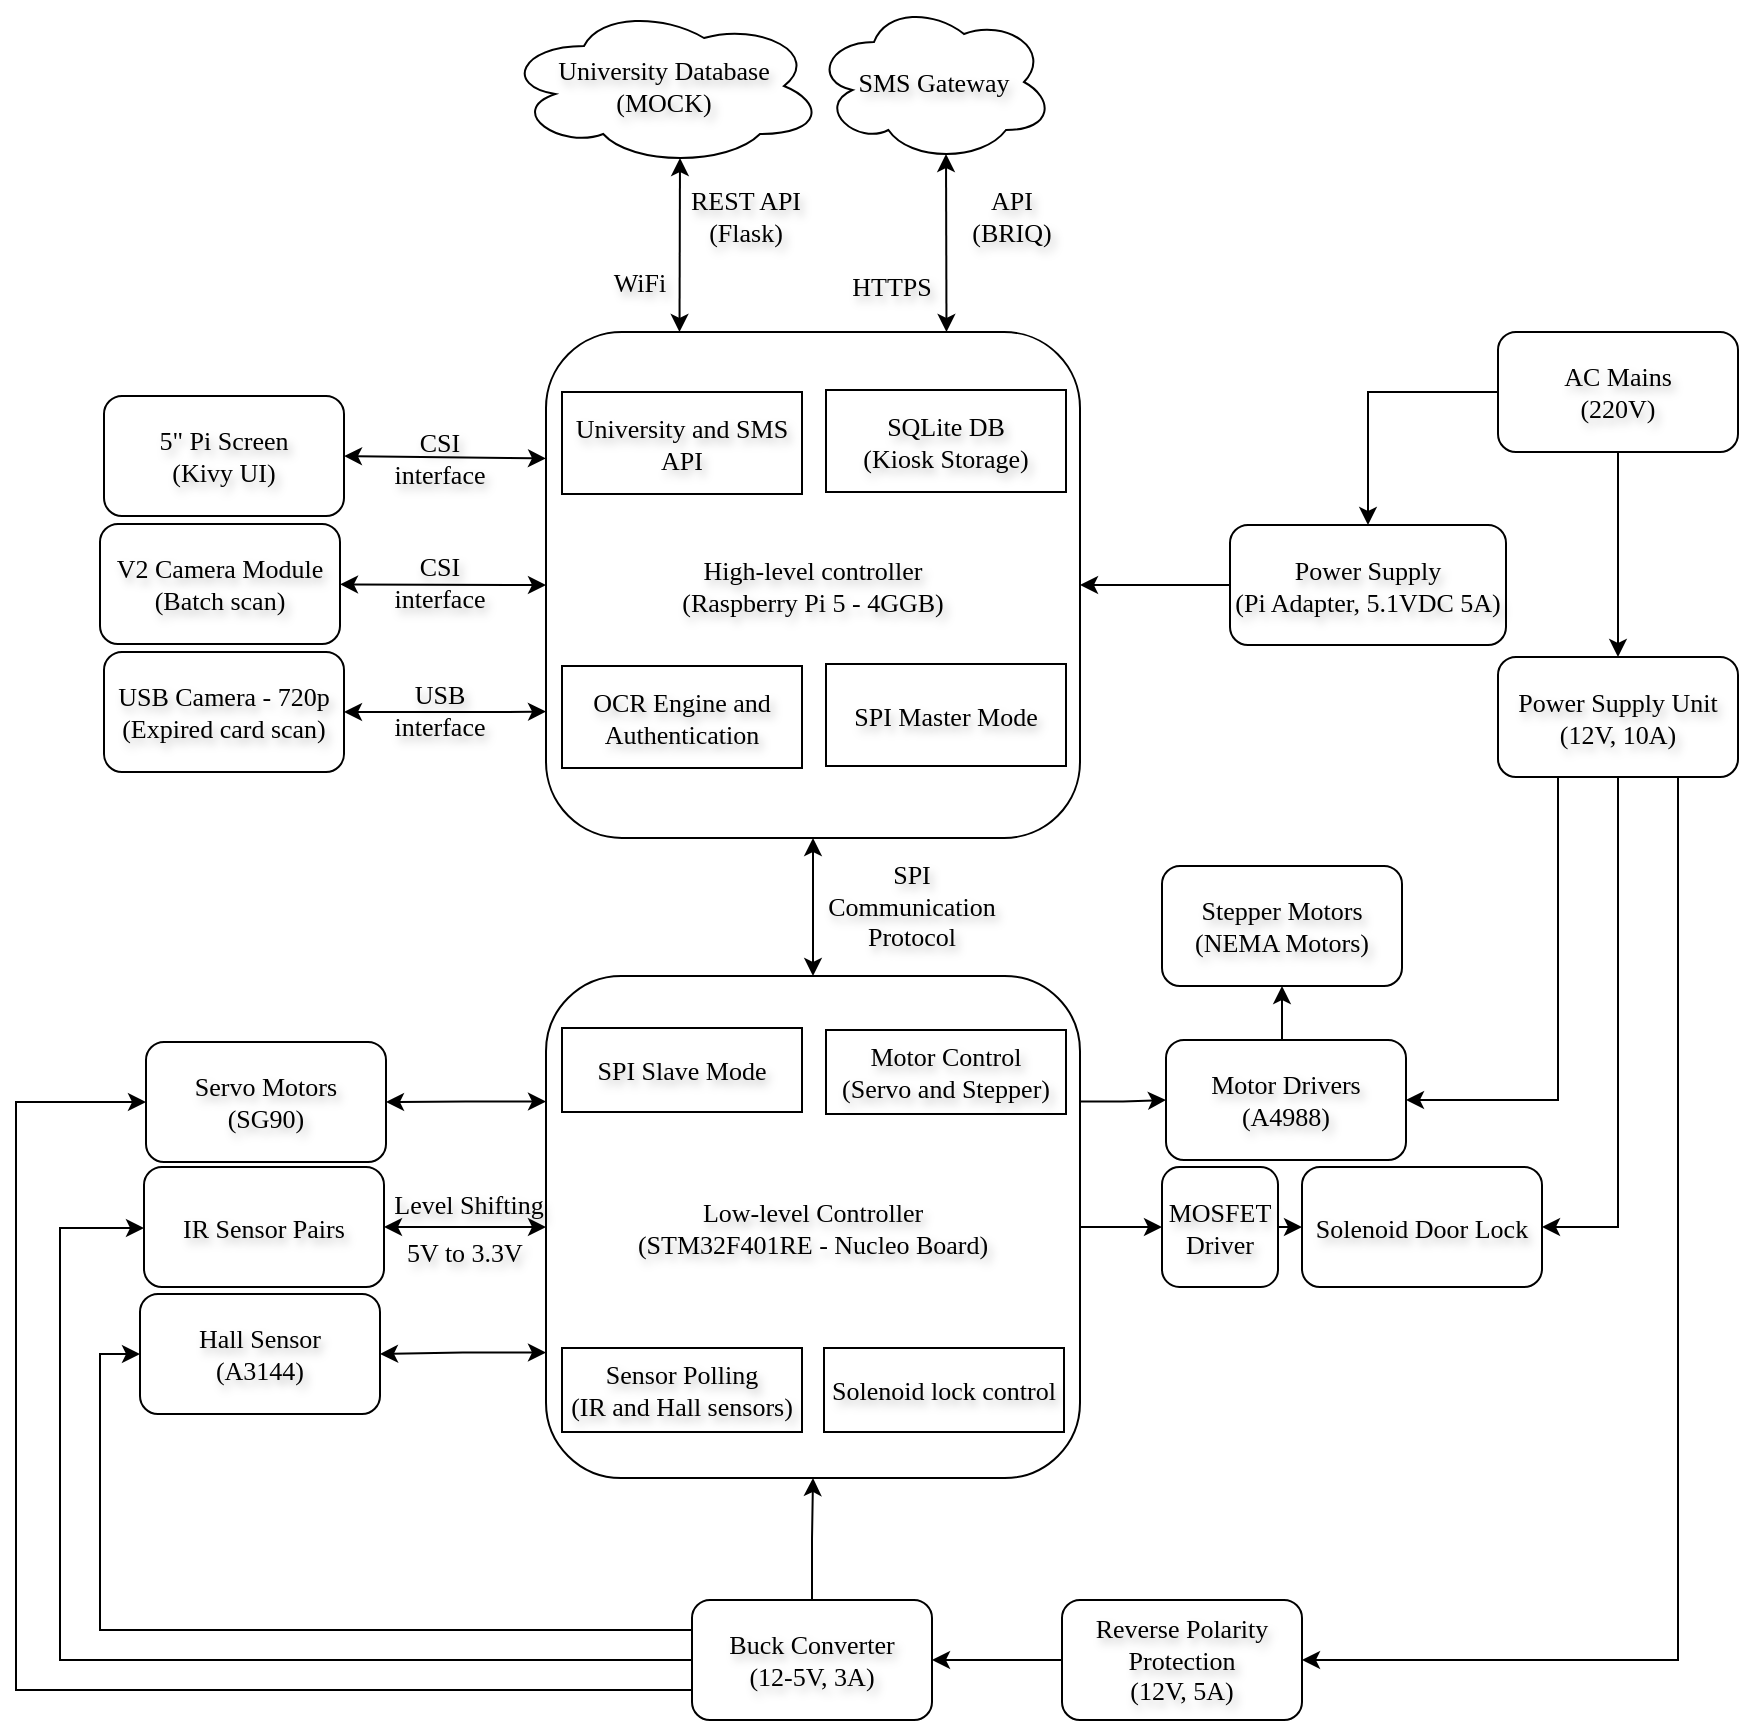
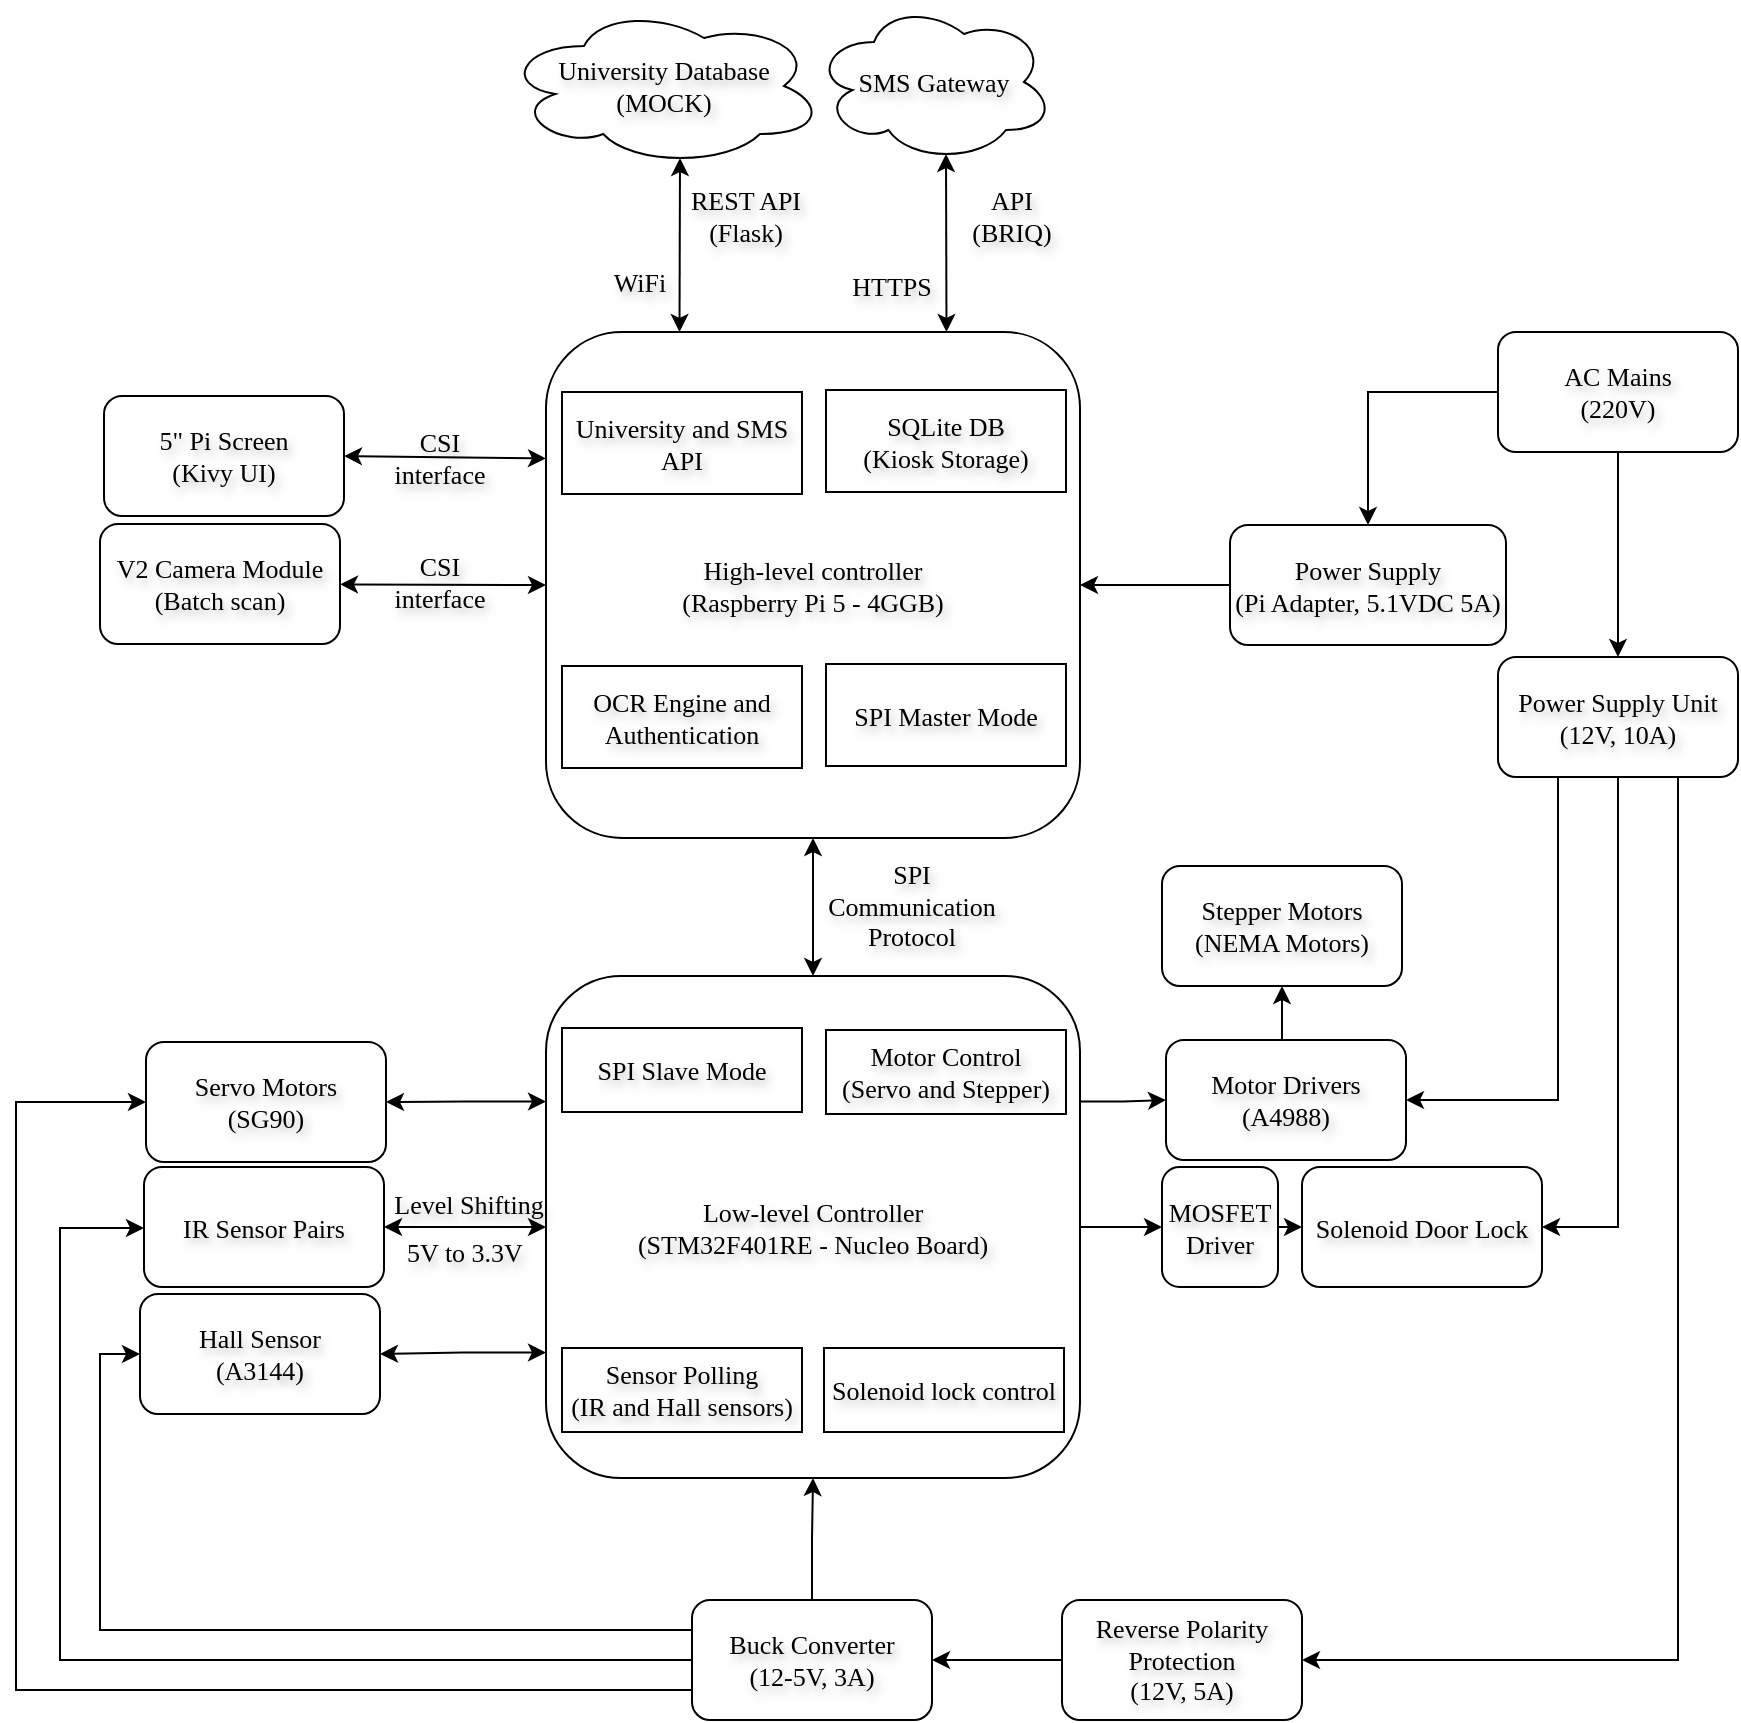
- <mxfile host="Electron" agent="Mozilla/5.0 (X11; Ubuntu; Linux x86_64; rv:149.0) Gecko/20100101 Firefox/149.0">
+ <mxfile host="app.diagrams.net" agent="Mozilla/5.0 (X11; Ubuntu; Linux x86_64; rv:149.0) Gecko/20100101 Firefox/149.0">
  <diagram name="Page-1" id="mYuc8prQHcMQJXzWvvm3">
-     <mxGraphModel dx="1084" dy="1486" grid="1" gridSize="1" guides="1" tooltips="1" connect="1" arrows="1" fold="1" page="1" pageScale="1" pageWidth="1169" pageHeight="827" math="0" shadow="0">
+     <mxGraphModel dx="1511" dy="1710" grid="1" gridSize="1" guides="1" tooltips="1" connect="1" arrows="1" fold="1" page="1" pageScale="1" pageWidth="1169" pageHeight="827" math="0" shadow="0">
      <root>
        <mxCell id="0" />
        <mxCell id="1" parent="0" />
        <mxCell id="GvGBzjtlAZ09NPVF7C73-2" parent="1" style="whiteSpace=wrap;html=1;rounded=1;align=center;fontFamily=Times New Roman;fontStyle=0;fontSize=13;labelBackgroundColor=none;textShadow=1;" value="&lt;div align=&quot;center&quot;&gt;High-level controller&lt;br&gt;&lt;div&gt;(Raspberry Pi 5 - 4GGB)&lt;/div&gt;&lt;/div&gt;" vertex="1">
          <mxGeometry height="253" width="267" x="406.99999999999994" y="-406" as="geometry" />
        </mxCell>
        <mxCell id="GvGBzjtlAZ09NPVF7C73-4" parent="1" style="ellipse;shape=cloud;whiteSpace=wrap;html=1;fontFamily=Times New Roman;fontStyle=0;fontSize=13;labelBackgroundColor=none;textShadow=1;" value="University Database&lt;br&gt;(MOCK)" vertex="1">
          <mxGeometry height="80" width="160" x="385.99999999999994" y="-569" as="geometry" />
        </mxCell>
        <mxCell id="GvGBzjtlAZ09NPVF7C73-6" parent="1" style="text;html=1;whiteSpace=wrap;strokeColor=none;fillColor=none;align=center;verticalAlign=middle;rounded=0;fontFamily=Times New Roman;fontStyle=0;fontSize=13;labelBackgroundColor=none;textShadow=1;" value="&lt;div&gt;REST API&lt;/div&gt;&lt;div&gt;(Flask)&lt;/div&gt;" vertex="1">
          <mxGeometry height="30" width="60" x="476.99999999999994" y="-479" as="geometry" />
        </mxCell>
        <mxCell id="GvGBzjtlAZ09NPVF7C73-7" parent="1" style="text;html=1;whiteSpace=wrap;strokeColor=none;fillColor=none;align=center;verticalAlign=middle;rounded=0;fontFamily=Times New Roman;fontStyle=0;fontSize=13;labelBackgroundColor=none;textShadow=1;" value="&lt;div&gt;WiFi&lt;/div&gt;" vertex="1">
          <mxGeometry height="30" width="60" x="423.99999999999994" y="-446" as="geometry" />
        </mxCell>
        <mxCell id="GvGBzjtlAZ09NPVF7C73-8" parent="1" style="rounded=1;whiteSpace=wrap;html=1;fontFamily=Times New Roman;fontStyle=0;fontSize=13;labelBackgroundColor=none;textShadow=1;" value="&lt;div&gt;5&quot; Pi Screen&lt;/div&gt;&lt;div&gt;(Kivy UI)&lt;/div&gt;" vertex="1">
          <mxGeometry height="60" width="120" x="185.99999999999994" y="-374" as="geometry" />
        </mxCell>
        <mxCell id="GvGBzjtlAZ09NPVF7C73-9" parent="1" style="rounded=1;whiteSpace=wrap;html=1;fontFamily=Times New Roman;fontStyle=0;fontSize=13;labelBackgroundColor=none;textShadow=1;" value="V2 Camera Module&lt;br&gt;&lt;div&gt;(Batch scan)&lt;/div&gt;" vertex="1">
          <mxGeometry height="60" width="120" x="183.99999999999994" y="-310" as="geometry" />
        </mxCell>
-         <mxCell id="GvGBzjtlAZ09NPVF7C73-10" parent="1" style="rounded=1;whiteSpace=wrap;html=1;fontFamily=Times New Roman;fontStyle=0;fontSize=13;labelBackgroundColor=none;textShadow=1;" value="&lt;div&gt;USB Camera - 720p&lt;/div&gt;&lt;div&gt;(Expired card scan)&lt;/div&gt;" vertex="1">
-           <mxGeometry height="60" width="120" x="185.99999999999994" y="-246" as="geometry" />
-         </mxCell>
-         <mxCell id="GvGBzjtlAZ09NPVF7C73-18" parent="1" style="text;html=1;whiteSpace=wrap;strokeColor=none;fillColor=none;align=center;verticalAlign=middle;rounded=0;fontFamily=Times New Roman;fontStyle=0;fontSize=13;labelBackgroundColor=none;textShadow=1;" value="&lt;div&gt;USB interface&lt;/div&gt;" vertex="1">
-           <mxGeometry height="30" width="60" x="323.99999999999994" y="-232" as="geometry" />
-         </mxCell>
        <mxCell id="GvGBzjtlAZ09NPVF7C73-19" parent="1" style="text;html=1;whiteSpace=wrap;strokeColor=none;fillColor=none;align=center;verticalAlign=middle;rounded=0;fontFamily=Times New Roman;fontStyle=0;fontSize=13;labelBackgroundColor=none;textShadow=1;" value="CSI interface" vertex="1">
          <mxGeometry height="30" width="60" x="323.99999999999994" y="-358" as="geometry" />
        </mxCell>
        <mxCell id="E5Vc4qlOW0jQJdsC6d3C-3" edge="1" parent="1" source="E5Vc4qlOW0jQJdsC6d3C-1" style="edgeStyle=orthogonalEdgeStyle;rounded=0;orthogonalLoop=1;jettySize=auto;html=1;exitX=0;exitY=0.5;exitDx=0;exitDy=0;entryX=1;entryY=0.5;entryDx=0;entryDy=0;fontFamily=Times New Roman;fontStyle=0;fontSize=13;labelBackgroundColor=none;textShadow=1;" target="GvGBzjtlAZ09NPVF7C73-2">
          <mxGeometry relative="1" as="geometry" />
        </mxCell>
        <mxCell id="E5Vc4qlOW0jQJdsC6d3C-1" parent="1" style="rounded=1;whiteSpace=wrap;html=1;fontFamily=Times New Roman;fontStyle=0;fontSize=13;labelBackgroundColor=none;textShadow=1;" value="Power Supply&lt;br&gt;(Pi Adapter, 5.1VDC 5A)" vertex="1">
          <mxGeometry height="60" width="138" x="749" y="-309.5" as="geometry" />
        </mxCell>
        <mxCell id="E5Vc4qlOW0jQJdsC6d3C-12" edge="1" parent="1" source="GvGBzjtlAZ09NPVF7C73-9" style="endArrow=classic;startArrow=classic;html=1;rounded=0;entryX=0;entryY=0.5;entryDx=0;entryDy=0;fontFamily=Times New Roman;fontStyle=0;fontSize=13;labelBackgroundColor=none;textShadow=1;" target="GvGBzjtlAZ09NPVF7C73-2" value="">
          <mxGeometry height="50" relative="1" width="50" as="geometry">
            <mxPoint x="370.99999999999994" y="-279.77272727272725" as="sourcePoint" />
            <mxPoint x="378.99999999999994" y="-309" as="targetPoint" />
          </mxGeometry>
        </mxCell>
        <mxCell id="E5Vc4qlOW0jQJdsC6d3C-14" edge="1" parent="1" source="GvGBzjtlAZ09NPVF7C73-8" style="endArrow=classic;startArrow=classic;html=1;rounded=0;entryX=0;entryY=0.25;entryDx=0;entryDy=0;exitX=1;exitY=0.5;exitDx=0;exitDy=0;fontFamily=Times New Roman;fontStyle=0;fontSize=13;labelBackgroundColor=none;textShadow=1;" target="GvGBzjtlAZ09NPVF7C73-2" value="">
          <mxGeometry height="50" relative="1" width="50" as="geometry">
            <Array as="points">
              <mxPoint x="387.99999999999994" y="-343" />
            </Array>
            <mxPoint x="336.99999999999994" y="-303" as="sourcePoint" />
            <mxPoint x="386.99999999999994" y="-353" as="targetPoint" />
          </mxGeometry>
        </mxCell>
        <mxCell id="E5Vc4qlOW0jQJdsC6d3C-17" parent="1" style="text;html=1;whiteSpace=wrap;strokeColor=none;fillColor=none;align=center;verticalAlign=middle;rounded=0;fontFamily=Times New Roman;fontStyle=0;fontSize=13;labelBackgroundColor=none;textShadow=1;" value="CSI interface" vertex="1">
          <mxGeometry height="30" width="60" x="323.99999999999994" y="-296" as="geometry" />
-         </mxCell>
-         <mxCell id="E5Vc4qlOW0jQJdsC6d3C-18" edge="1" parent="1" source="GvGBzjtlAZ09NPVF7C73-10" style="endArrow=classic;startArrow=classic;html=1;rounded=0;entryX=0;entryY=0.75;entryDx=0;entryDy=0;exitX=1;exitY=0.5;exitDx=0;exitDy=0;fontFamily=Times New Roman;fontStyle=0;fontSize=13;labelBackgroundColor=none;textShadow=1;" target="GvGBzjtlAZ09NPVF7C73-2" value="">
-           <mxGeometry height="50" relative="1" width="50" as="geometry">
-             <Array as="points">
-               <mxPoint x="386.99999999999994" y="-216" />
-             </Array>
-             <mxPoint x="316.99999999999994" y="-155" as="sourcePoint" />
-             <mxPoint x="366.99999999999994" y="-205" as="targetPoint" />
-           </mxGeometry>
        </mxCell>
        <mxCell id="E5Vc4qlOW0jQJdsC6d3C-19" parent="1" style="rounded=0;whiteSpace=wrap;html=1;fontFamily=Times New Roman;fontStyle=0;fontSize=13;labelBackgroundColor=none;textShadow=1;" value="SPI Master Mode" vertex="1">
          <mxGeometry height="51" width="120" x="547" y="-240" as="geometry" />
        </mxCell>
        <mxCell id="E5Vc4qlOW0jQJdsC6d3C-20" parent="1" style="rounded=0;whiteSpace=wrap;html=1;fontFamily=Times New Roman;fontStyle=0;fontSize=13;labelBackgroundColor=none;textShadow=1;" value="SQLite DB&lt;br&gt;&lt;div&gt;(Kiosk Storage)&lt;/div&gt;" vertex="1">
          <mxGeometry height="51" width="120" x="547" y="-377" as="geometry" />
        </mxCell>
        <mxCell id="E5Vc4qlOW0jQJdsC6d3C-21" parent="1" style="rounded=0;whiteSpace=wrap;html=1;fontFamily=Times New Roman;fontStyle=0;fontSize=13;labelBackgroundColor=none;textShadow=1;" value="OCR Engine and Authentication" vertex="1">
          <mxGeometry height="51" width="120" x="414.99999999999994" y="-239" as="geometry" />
        </mxCell>
        <mxCell id="E5Vc4qlOW0jQJdsC6d3C-22" parent="1" style="rounded=0;whiteSpace=wrap;html=1;fontFamily=Times New Roman;fontStyle=0;fontSize=13;labelBackgroundColor=none;textShadow=1;" value="University and SMS API" vertex="1">
          <mxGeometry height="51" width="120" x="414.99999999999994" y="-376" as="geometry" />
        </mxCell>
        <mxCell id="DyQRGeZsXbvgGfZXNQhn-1" edge="1" parent="1" source="E5Vc4qlOW0jQJdsC6d3C-23" style="edgeStyle=orthogonalEdgeStyle;rounded=0;orthogonalLoop=1;jettySize=auto;html=1;exitX=0.25;exitY=1;exitDx=0;exitDy=0;entryX=1;entryY=0.5;entryDx=0;entryDy=0;fontFamily=Times New Roman;fontStyle=0;fontSize=13;labelBackgroundColor=none;textShadow=1;" target="ub_tx6bPQbAAc2E0zEvq-21">
          <mxGeometry relative="1" as="geometry" />
        </mxCell>
        <mxCell id="DyQRGeZsXbvgGfZXNQhn-2" edge="1" parent="1" source="E5Vc4qlOW0jQJdsC6d3C-23" style="edgeStyle=orthogonalEdgeStyle;rounded=0;orthogonalLoop=1;jettySize=auto;html=1;exitX=0.5;exitY=1;exitDx=0;exitDy=0;entryX=1;entryY=0.5;entryDx=0;entryDy=0;fontFamily=Times New Roman;fontStyle=0;fontSize=13;labelBackgroundColor=none;textShadow=1;" target="ub_tx6bPQbAAc2E0zEvq-20">
          <mxGeometry relative="1" as="geometry" />
        </mxCell>
        <mxCell id="DyQRGeZsXbvgGfZXNQhn-3" edge="1" parent="1" source="E5Vc4qlOW0jQJdsC6d3C-23" style="edgeStyle=orthogonalEdgeStyle;rounded=0;orthogonalLoop=1;jettySize=auto;html=1;exitX=0.75;exitY=1;exitDx=0;exitDy=0;entryX=1;entryY=0.5;entryDx=0;entryDy=0;fontFamily=Times New Roman;fontStyle=0;fontSize=13;labelBackgroundColor=none;textShadow=1;" target="3yzsLYypy8BireBofEtp-1">
          <mxGeometry relative="1" as="geometry" />
        </mxCell>
        <mxCell id="E5Vc4qlOW0jQJdsC6d3C-23" parent="1" style="rounded=1;whiteSpace=wrap;html=1;fontFamily=Times New Roman;fontStyle=0;fontSize=13;labelBackgroundColor=none;textShadow=1;" value="Power Supply Unit&lt;br&gt;&lt;div&gt;(12V, 10A)&lt;/div&gt;" vertex="1">
          <mxGeometry height="60" width="120" x="883" y="-243.5" as="geometry" />
        </mxCell>
        <mxCell id="ub_tx6bPQbAAc2E0zEvq-41" edge="1" parent="1" source="E5Vc4qlOW0jQJdsC6d3C-24" style="edgeStyle=orthogonalEdgeStyle;rounded=0;orthogonalLoop=1;jettySize=auto;html=1;exitX=0.5;exitY=0;exitDx=0;exitDy=0;entryX=0.5;entryY=1;entryDx=0;entryDy=0;fontFamily=Times New Roman;fontStyle=0;fontSize=13;labelBackgroundColor=none;textShadow=1;" target="E5Vc4qlOW0jQJdsC6d3C-26">
          <mxGeometry relative="1" as="geometry" />
        </mxCell>
        <mxCell id="E5Vc4qlOW0jQJdsC6d3C-24" parent="1" style="rounded=1;whiteSpace=wrap;html=1;fontFamily=Times New Roman;fontStyle=0;fontSize=13;labelBackgroundColor=none;textShadow=1;" value="Buck Converter&lt;br&gt;(12-5V, 3A)" vertex="1">
          <mxGeometry height="60" width="120" x="479.99999999999994" y="228" as="geometry" />
        </mxCell>
        <mxCell id="ub_tx6bPQbAAc2E0zEvq-24" edge="1" parent="1" source="E5Vc4qlOW0jQJdsC6d3C-26" style="edgeStyle=orthogonalEdgeStyle;rounded=0;orthogonalLoop=1;jettySize=auto;html=1;exitX=1;exitY=0.25;exitDx=0;exitDy=0;entryX=0;entryY=0.5;entryDx=0;entryDy=0;fontFamily=Times New Roman;fontStyle=0;fontSize=13;labelBackgroundColor=none;textShadow=1;" target="ub_tx6bPQbAAc2E0zEvq-21">
          <mxGeometry relative="1" as="geometry" />
        </mxCell>
        <mxCell id="ub_tx6bPQbAAc2E0zEvq-46" edge="1" parent="1" source="E5Vc4qlOW0jQJdsC6d3C-26" style="edgeStyle=orthogonalEdgeStyle;rounded=0;orthogonalLoop=1;jettySize=auto;html=1;exitX=0;exitY=0.5;exitDx=0;exitDy=0;startArrow=classic;startFill=1;fontFamily=Times New Roman;fontStyle=0;fontSize=13;labelBackgroundColor=none;textShadow=1;" target="ub_tx6bPQbAAc2E0zEvq-32">
          <mxGeometry relative="1" as="geometry" />
        </mxCell>
        <mxCell id="ub_tx6bPQbAAc2E0zEvq-48" edge="1" parent="1" source="E5Vc4qlOW0jQJdsC6d3C-26" style="edgeStyle=orthogonalEdgeStyle;rounded=0;orthogonalLoop=1;jettySize=auto;html=1;exitX=0;exitY=0.25;exitDx=0;exitDy=0;entryX=1;entryY=0.5;entryDx=0;entryDy=0;startArrow=classic;startFill=1;fontFamily=Times New Roman;fontStyle=0;fontSize=13;labelBackgroundColor=none;textShadow=1;" target="ub_tx6bPQbAAc2E0zEvq-30">
          <mxGeometry relative="1" as="geometry" />
        </mxCell>
        <mxCell id="ub_tx6bPQbAAc2E0zEvq-49" edge="1" parent="1" source="E5Vc4qlOW0jQJdsC6d3C-26" style="edgeStyle=orthogonalEdgeStyle;rounded=0;orthogonalLoop=1;jettySize=auto;html=1;exitX=0;exitY=0.75;exitDx=0;exitDy=0;entryX=1;entryY=0.5;entryDx=0;entryDy=0;startArrow=classic;startFill=1;fontFamily=Times New Roman;fontStyle=0;fontSize=13;labelBackgroundColor=none;textShadow=1;" target="ub_tx6bPQbAAc2E0zEvq-31">
          <mxGeometry relative="1" as="geometry" />
        </mxCell>
        <mxCell id="LeAnnW7A5j2esEQeNNGv-4" edge="1" parent="1" source="E5Vc4qlOW0jQJdsC6d3C-26" style="edgeStyle=orthogonalEdgeStyle;rounded=0;orthogonalLoop=1;jettySize=auto;html=1;exitX=1;exitY=0.5;exitDx=0;exitDy=0;entryX=0;entryY=0.5;entryDx=0;entryDy=0;fontFamily=Times New Roman;fontStyle=0;fontSize=13;labelBackgroundColor=none;textShadow=1;" target="LeAnnW7A5j2esEQeNNGv-3">
          <mxGeometry relative="1" as="geometry" />
        </mxCell>
        <mxCell id="E5Vc4qlOW0jQJdsC6d3C-26" parent="1" style="rounded=1;whiteSpace=wrap;html=1;fontFamily=Times New Roman;fontStyle=0;fontSize=13;labelBackgroundColor=none;textShadow=1;" value="&lt;div&gt;Low-level Controller&lt;/div&gt;(STM32F401RE - Nucleo Board)" vertex="1">
          <mxGeometry height="251" width="267" x="406.99999999999994" y="-84" as="geometry" />
        </mxCell>
        <mxCell id="E5Vc4qlOW0jQJdsC6d3C-27" edge="1" parent="1" source="E5Vc4qlOW0jQJdsC6d3C-26" style="endArrow=classic;startArrow=classic;html=1;rounded=0;entryX=0.5;entryY=1;entryDx=0;entryDy=0;exitX=0.5;exitY=0;exitDx=0;exitDy=0;fontFamily=Times New Roman;fontStyle=0;fontSize=13;labelBackgroundColor=none;textShadow=1;" target="GvGBzjtlAZ09NPVF7C73-2" value="">
          <mxGeometry height="50" relative="1" width="50" as="geometry">
            <mxPoint x="473.99999999999994" y="-96" as="sourcePoint" />
            <mxPoint x="524" y="-146" as="targetPoint" />
          </mxGeometry>
        </mxCell>
        <mxCell id="E5Vc4qlOW0jQJdsC6d3C-28" parent="1" style="text;html=1;whiteSpace=wrap;strokeColor=none;fillColor=none;align=center;verticalAlign=middle;rounded=0;fontFamily=Times New Roman;fontStyle=0;fontSize=13;labelBackgroundColor=none;textShadow=1;" value="&lt;div&gt;SPI Communication&lt;/div&gt;&lt;div&gt;Protocol&lt;/div&gt;" vertex="1">
          <mxGeometry height="48" width="88" x="546" y="-143" as="geometry" />
        </mxCell>
        <mxCell id="ub_tx6bPQbAAc2E0zEvq-1" parent="1" style="ellipse;shape=cloud;whiteSpace=wrap;html=1;fontFamily=Times New Roman;fontStyle=0;fontSize=13;labelBackgroundColor=none;textShadow=1;" value="&lt;div&gt;SMS Gateway&lt;/div&gt;" vertex="1">
          <mxGeometry height="80" width="120" x="541" y="-571" as="geometry" />
        </mxCell>
        <mxCell id="ub_tx6bPQbAAc2E0zEvq-6" edge="1" parent="1" source="GvGBzjtlAZ09NPVF7C73-2" style="endArrow=classic;startArrow=classic;html=1;rounded=0;entryX=0.55;entryY=0.95;entryDx=0;entryDy=0;entryPerimeter=0;exitX=0.25;exitY=0;exitDx=0;exitDy=0;fontFamily=Times New Roman;fontStyle=0;fontSize=13;labelBackgroundColor=none;textShadow=1;" target="GvGBzjtlAZ09NPVF7C73-4" value="">
          <mxGeometry height="50" relative="1" width="50" as="geometry">
            <mxPoint x="420.99999999999994" y="-392" as="sourcePoint" />
            <mxPoint x="470.99999999999994" y="-442" as="targetPoint" />
          </mxGeometry>
        </mxCell>
        <mxCell id="ub_tx6bPQbAAc2E0zEvq-7" edge="1" parent="1" source="GvGBzjtlAZ09NPVF7C73-2" style="endArrow=classic;startArrow=classic;html=1;rounded=0;entryX=0.55;entryY=0.95;entryDx=0;entryDy=0;entryPerimeter=0;exitX=0.75;exitY=0;exitDx=0;exitDy=0;fontFamily=Times New Roman;fontStyle=0;fontSize=13;labelBackgroundColor=none;textShadow=1;" target="ub_tx6bPQbAAc2E0zEvq-1" value="">
          <mxGeometry height="50" relative="1" width="50" as="geometry">
            <mxPoint x="664" y="-374" as="sourcePoint" />
            <mxPoint x="664" y="-461" as="targetPoint" />
          </mxGeometry>
        </mxCell>
        <mxCell id="ub_tx6bPQbAAc2E0zEvq-8" parent="1" style="text;html=1;whiteSpace=wrap;strokeColor=none;fillColor=none;align=center;verticalAlign=middle;rounded=0;fontFamily=Times New Roman;fontStyle=0;fontSize=13;labelBackgroundColor=none;textShadow=1;" value="&lt;div&gt;API&lt;/div&gt;&lt;div&gt;(BRIQ)&lt;/div&gt;" vertex="1">
          <mxGeometry height="30" width="60" x="610" y="-479" as="geometry" />
        </mxCell>
        <mxCell id="ub_tx6bPQbAAc2E0zEvq-33" edge="1" parent="1" source="ub_tx6bPQbAAc2E0zEvq-10" style="edgeStyle=orthogonalEdgeStyle;rounded=0;orthogonalLoop=1;jettySize=auto;html=1;exitX=0.5;exitY=1;exitDx=0;exitDy=0;entryX=0.5;entryY=0;entryDx=0;entryDy=0;fontFamily=Times New Roman;fontStyle=0;fontSize=13;labelBackgroundColor=none;textShadow=1;" target="E5Vc4qlOW0jQJdsC6d3C-23">
          <mxGeometry relative="1" as="geometry" />
        </mxCell>
        <mxCell id="ub_tx6bPQbAAc2E0zEvq-34" edge="1" parent="1" source="ub_tx6bPQbAAc2E0zEvq-10" style="edgeStyle=orthogonalEdgeStyle;rounded=0;orthogonalLoop=1;jettySize=auto;html=1;exitX=0;exitY=0.5;exitDx=0;exitDy=0;fontFamily=Times New Roman;fontStyle=0;fontSize=13;labelBackgroundColor=none;textShadow=1;" target="E5Vc4qlOW0jQJdsC6d3C-1">
          <mxGeometry relative="1" as="geometry" />
        </mxCell>
        <mxCell id="ub_tx6bPQbAAc2E0zEvq-10" parent="1" style="rounded=1;whiteSpace=wrap;html=1;fontFamily=Times New Roman;fontStyle=0;fontSize=13;labelBackgroundColor=none;textShadow=1;" value="&lt;div&gt;AC Mains&lt;/div&gt;&lt;div&gt;(220V)&lt;/div&gt;" vertex="1">
          <mxGeometry height="60" width="120" x="883" y="-406" as="geometry" />
        </mxCell>
        <mxCell id="ub_tx6bPQbAAc2E0zEvq-13" parent="1" style="text;html=1;whiteSpace=wrap;strokeColor=none;fillColor=none;align=center;verticalAlign=middle;rounded=0;fontFamily=Times New Roman;fontStyle=0;fontSize=13;labelBackgroundColor=none;textShadow=1;" value="HTTPS" vertex="1">
          <mxGeometry height="30" width="60" x="550" y="-444" as="geometry" />
        </mxCell>
        <mxCell id="ub_tx6bPQbAAc2E0zEvq-14" parent="1" style="rounded=0;whiteSpace=wrap;html=1;fontFamily=Times New Roman;fontStyle=0;fontSize=13;labelBackgroundColor=none;textShadow=1;" value="Motor Control&lt;br&gt;(Servo and Stepper)" vertex="1">
          <mxGeometry height="42" width="120" x="547" y="-57" as="geometry" />
        </mxCell>
        <mxCell id="ub_tx6bPQbAAc2E0zEvq-15" parent="1" style="rounded=0;whiteSpace=wrap;html=1;fontFamily=Times New Roman;fontStyle=0;fontSize=13;labelBackgroundColor=none;textShadow=1;" value="SPI Slave Mode" vertex="1">
          <mxGeometry height="42" width="120" x="414.99999999999994" y="-58" as="geometry" />
        </mxCell>
        <mxCell id="ub_tx6bPQbAAc2E0zEvq-16" parent="1" style="rounded=0;whiteSpace=wrap;html=1;fontFamily=Times New Roman;fontStyle=0;fontSize=13;labelBackgroundColor=none;textShadow=1;" value="&lt;div&gt;Sensor Polling&lt;/div&gt;&lt;div&gt;(IR and Hall sensors)&lt;/div&gt;" vertex="1">
          <mxGeometry height="42" width="120" x="414.99999999999994" y="102" as="geometry" />
        </mxCell>
        <mxCell id="ub_tx6bPQbAAc2E0zEvq-17" parent="1" style="rounded=0;whiteSpace=wrap;html=1;fontFamily=Times New Roman;fontStyle=0;fontSize=13;labelBackgroundColor=none;textShadow=1;" value="Solenoid lock control" vertex="1">
          <mxGeometry height="42" width="120" x="546" y="102" as="geometry" />
        </mxCell>
        <mxCell id="ub_tx6bPQbAAc2E0zEvq-20" parent="1" style="rounded=1;whiteSpace=wrap;html=1;fontFamily=Times New Roman;fontStyle=0;fontSize=13;labelBackgroundColor=none;textShadow=1;" value="Solenoid Door Lock" vertex="1">
          <mxGeometry height="60" width="120" x="785" y="11.5" as="geometry" />
        </mxCell>
        <mxCell id="ub_tx6bPQbAAc2E0zEvq-29" edge="1" parent="1" source="ub_tx6bPQbAAc2E0zEvq-21" style="edgeStyle=orthogonalEdgeStyle;rounded=0;orthogonalLoop=1;jettySize=auto;html=1;exitX=0.5;exitY=0;exitDx=0;exitDy=0;entryX=0.5;entryY=1;entryDx=0;entryDy=0;fontFamily=Times New Roman;fontStyle=0;fontSize=13;labelBackgroundColor=none;textShadow=1;" target="ub_tx6bPQbAAc2E0zEvq-27">
          <mxGeometry relative="1" as="geometry" />
        </mxCell>
        <mxCell id="ub_tx6bPQbAAc2E0zEvq-21" parent="1" style="rounded=1;whiteSpace=wrap;html=1;fontFamily=Times New Roman;fontStyle=0;fontSize=13;labelBackgroundColor=none;textShadow=1;" value="&lt;div&gt;Motor Drivers&lt;/div&gt;&lt;div&gt;(A4988)&lt;/div&gt;" vertex="1">
          <mxGeometry height="60" width="120" x="717" y="-52" as="geometry" />
        </mxCell>
        <mxCell id="ub_tx6bPQbAAc2E0zEvq-27" parent="1" style="rounded=1;whiteSpace=wrap;html=1;fontFamily=Times New Roman;fontStyle=0;fontSize=13;labelBackgroundColor=none;textShadow=1;" value="&lt;div&gt;Stepper Motors&lt;/div&gt;&lt;div&gt;(NEMA Motors)&lt;/div&gt;" vertex="1">
          <mxGeometry height="60" width="120" x="715" y="-139" as="geometry" />
        </mxCell>
        <mxCell id="ub_tx6bPQbAAc2E0zEvq-45" edge="1" parent="1" source="E5Vc4qlOW0jQJdsC6d3C-24" style="edgeStyle=orthogonalEdgeStyle;rounded=0;orthogonalLoop=1;jettySize=auto;html=1;exitX=0;exitY=0.75;exitDx=0;exitDy=0;entryX=0;entryY=0.5;entryDx=0;entryDy=0;fontFamily=Times New Roman;fontStyle=0;fontSize=13;labelBackgroundColor=none;textShadow=1;" target="ub_tx6bPQbAAc2E0zEvq-30">
          <mxGeometry relative="1" as="geometry">
            <Array as="points">
              <mxPoint x="141.99999999999994" y="273" />
              <mxPoint x="141.99999999999994" y="-21" />
            </Array>
          </mxGeometry>
        </mxCell>
        <mxCell id="ub_tx6bPQbAAc2E0zEvq-30" parent="1" style="rounded=1;whiteSpace=wrap;html=1;fontFamily=Times New Roman;fontStyle=0;fontSize=13;labelBackgroundColor=none;textShadow=1;" value="Servo Motors&lt;br&gt;(SG90)" vertex="1">
          <mxGeometry height="60" width="120" x="206.99999999999994" y="-51" as="geometry" />
        </mxCell>
        <mxCell id="ub_tx6bPQbAAc2E0zEvq-43" edge="1" parent="1" source="E5Vc4qlOW0jQJdsC6d3C-24" style="edgeStyle=orthogonalEdgeStyle;rounded=0;orthogonalLoop=1;jettySize=auto;html=1;exitX=0;exitY=0.25;exitDx=0;exitDy=0;entryX=0;entryY=0.5;entryDx=0;entryDy=0;fontFamily=Times New Roman;fontStyle=0;fontSize=13;labelBackgroundColor=none;textShadow=1;" target="ub_tx6bPQbAAc2E0zEvq-31">
          <mxGeometry relative="1" as="geometry" />
        </mxCell>
        <mxCell id="ub_tx6bPQbAAc2E0zEvq-31" parent="1" style="rounded=1;whiteSpace=wrap;html=1;fontFamily=Times New Roman;fontStyle=0;fontSize=13;labelBackgroundColor=none;textShadow=1;" value="Hall Sensor&lt;br&gt;(A3144)" vertex="1">
          <mxGeometry height="60" width="120" x="203.99999999999994" y="75" as="geometry" />
        </mxCell>
        <mxCell id="ub_tx6bPQbAAc2E0zEvq-44" edge="1" parent="1" source="E5Vc4qlOW0jQJdsC6d3C-24" style="edgeStyle=orthogonalEdgeStyle;rounded=0;orthogonalLoop=1;jettySize=auto;html=1;exitX=0;exitY=0.5;exitDx=0;exitDy=0;entryX=0;entryY=0.5;entryDx=0;entryDy=0;fontFamily=Times New Roman;fontStyle=0;fontSize=13;labelBackgroundColor=none;textShadow=1;" target="ub_tx6bPQbAAc2E0zEvq-32">
          <mxGeometry relative="1" as="geometry">
            <Array as="points">
              <mxPoint x="163.99999999999994" y="258" />
              <mxPoint x="163.99999999999994" y="42" />
              <mxPoint x="205.99999999999994" y="42" />
            </Array>
          </mxGeometry>
        </mxCell>
        <mxCell id="ub_tx6bPQbAAc2E0zEvq-32" parent="1" style="rounded=1;whiteSpace=wrap;html=1;fontFamily=Times New Roman;fontStyle=0;fontSize=13;labelBackgroundColor=none;textShadow=1;" value="IR Sensor Pairs" vertex="1">
          <mxGeometry height="60" width="120" x="205.99999999999994" y="11.5" as="geometry" />
        </mxCell>
        <mxCell id="LeAnnW7A5j2esEQeNNGv-1" parent="1" style="text;html=1;whiteSpace=wrap;strokeColor=none;fillColor=none;align=center;verticalAlign=middle;rounded=0;fontFamily=Times New Roman;fontStyle=0;fontSize=13;labelBackgroundColor=none;textShadow=1;" value="Level Shifting" vertex="1">
          <mxGeometry height="30" width="85" x="325.99999999999994" y="15" as="geometry" />
        </mxCell>
        <mxCell id="LeAnnW7A5j2esEQeNNGv-2" parent="1" style="text;html=1;whiteSpace=wrap;strokeColor=none;fillColor=none;align=center;verticalAlign=middle;rounded=0;fontFamily=Times New Roman;fontStyle=0;fontSize=13;labelBackgroundColor=none;textShadow=1;" value="5V to 3.3V" vertex="1">
          <mxGeometry height="30" width="76.5" x="328" y="39" as="geometry" />
        </mxCell>
        <mxCell id="3yzsLYypy8BireBofEtp-6" edge="1" parent="1" source="LeAnnW7A5j2esEQeNNGv-3" style="edgeStyle=orthogonalEdgeStyle;rounded=0;orthogonalLoop=1;jettySize=auto;html=1;exitX=1;exitY=0.5;exitDx=0;exitDy=0;entryX=0;entryY=0.5;entryDx=0;entryDy=0;fontFamily=Times New Roman;fontStyle=0;fontSize=13;labelBackgroundColor=none;textShadow=1;" target="ub_tx6bPQbAAc2E0zEvq-20">
          <mxGeometry relative="1" as="geometry" />
        </mxCell>
        <mxCell id="LeAnnW7A5j2esEQeNNGv-3" parent="1" style="rounded=1;whiteSpace=wrap;html=1;fontFamily=Times New Roman;fontStyle=0;fontSize=13;labelBackgroundColor=none;textShadow=1;" value="MOSFET Driver" vertex="1">
          <mxGeometry height="60" width="58" x="715" y="11.5" as="geometry" />
        </mxCell>
        <mxCell id="DyQRGeZsXbvgGfZXNQhn-4" edge="1" parent="1" source="3yzsLYypy8BireBofEtp-1" style="edgeStyle=orthogonalEdgeStyle;rounded=0;orthogonalLoop=1;jettySize=auto;html=1;exitX=0;exitY=0.5;exitDx=0;exitDy=0;fontFamily=Times New Roman;fontStyle=0;fontSize=13;labelBackgroundColor=none;textShadow=1;" target="E5Vc4qlOW0jQJdsC6d3C-24">
          <mxGeometry relative="1" as="geometry" />
        </mxCell>
        <mxCell id="3yzsLYypy8BireBofEtp-1" parent="1" style="rounded=1;whiteSpace=wrap;html=1;fontFamily=Times New Roman;fontStyle=0;fontSize=13;labelBackgroundColor=none;textShadow=1;" value="&lt;div&gt;Reverse Polarity Protection&lt;/div&gt;&lt;div&gt;(12V, 5A)&lt;/div&gt;" vertex="1">
          <mxGeometry height="60" width="120" x="665" y="228" as="geometry" />
        </mxCell>
      </root>
    </mxGraphModel>
  </diagram>
</mxfile>
